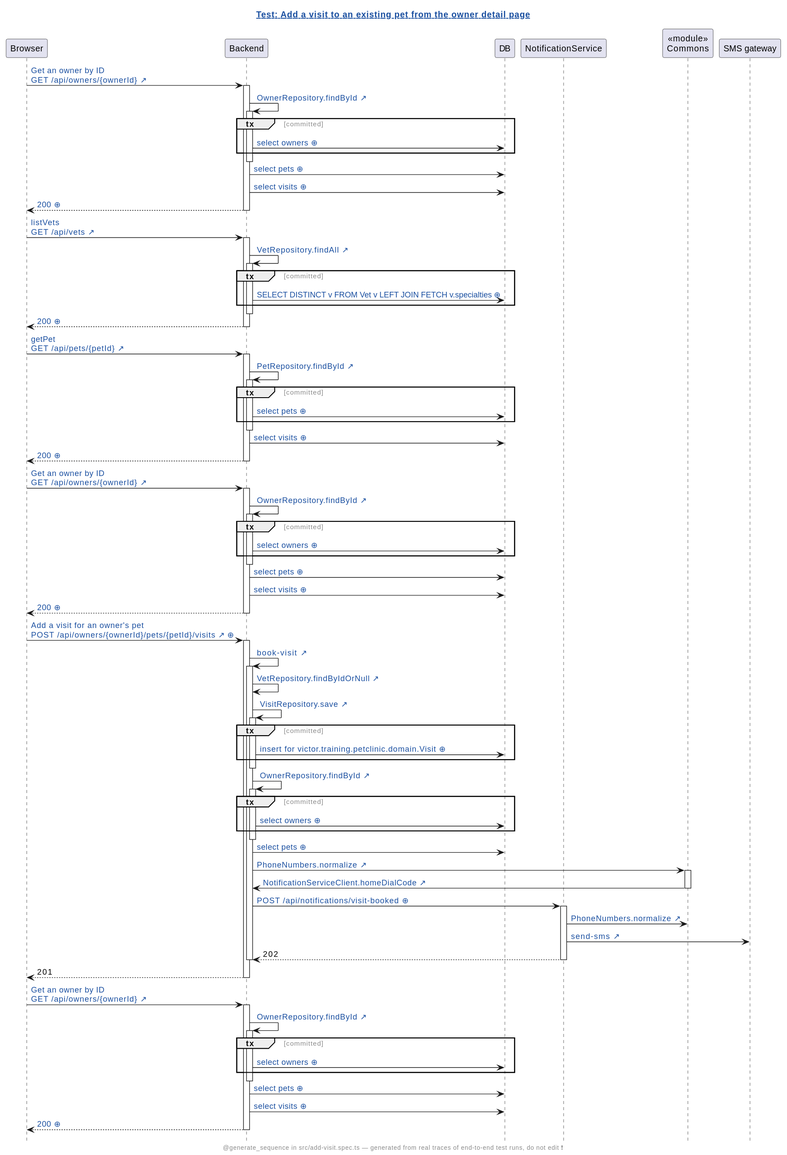
This is demo/demo/assets/diagrams/petclinic-test_generated_add-visit.spec.ts.add-a-visit-to-an-existing-pet-from-the-owner-detail-page.genseq.new.svg from victorrentea/human-review, a PlantUML export, as it was before one commit.
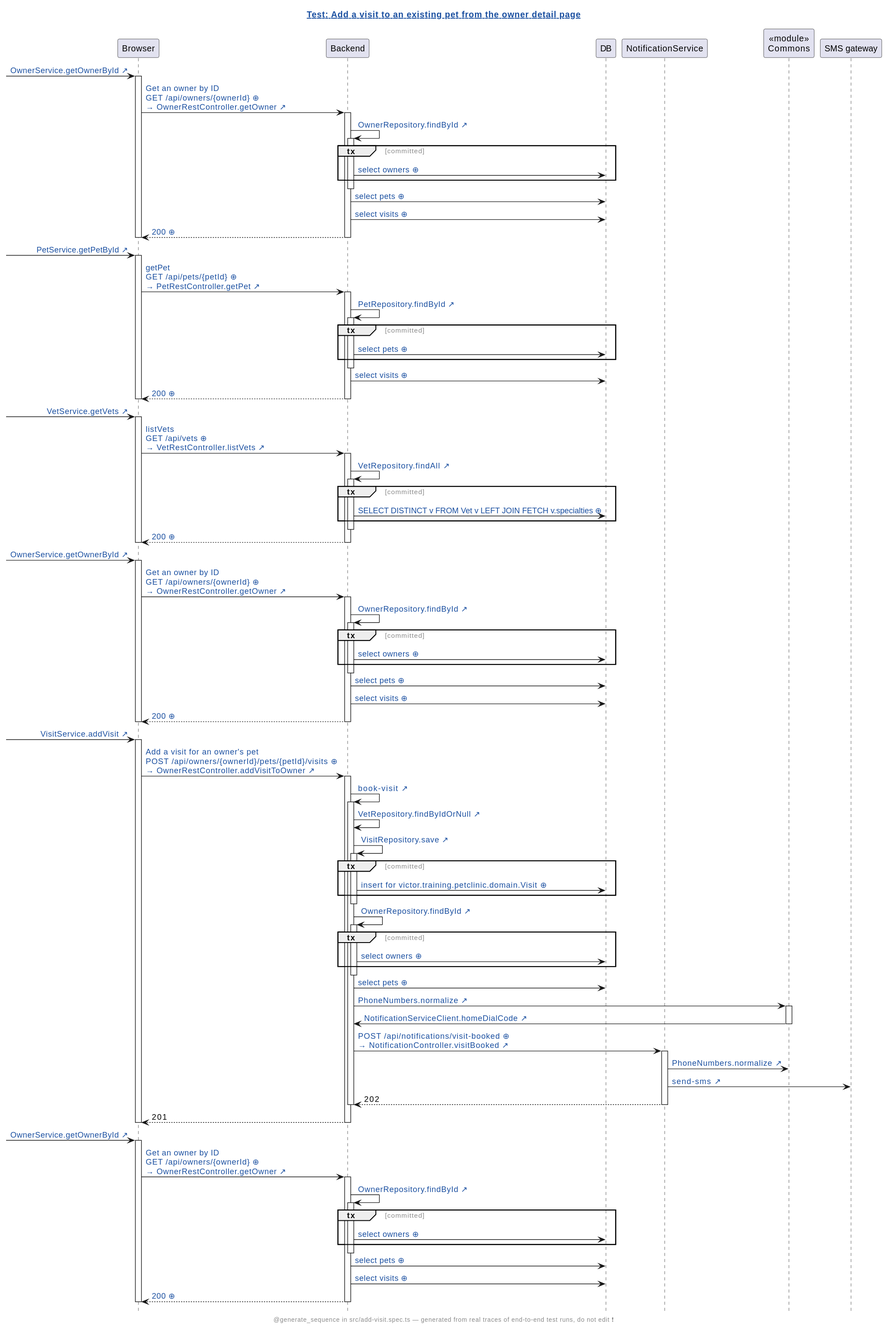
Above is the later version.

Diff of the diagram source:
```diff
@@ -12,7 +12,9 @@
 participant NotificationService
 participant "«module»\nCommons" as Commons
 participant "SMS gateway"
-Browser -> Backend: [[src://petclinic-frontend/src/app/owners/owner-detail/owner-detail.component.ts:22{Click to open the line that sent this request: owner-detail.component.ts:22} Get an owner by ID\nGET /api/owners/{ownerId} ↗]]
+[-> Browser: [[src://petclinic-frontend/src/app/owners/owner-detail/owner-detail.component.ts:22{Click to open the line that sent this request: owner-detail.component.ts:22} OwnerService.getOwnerById ↗]]
+activate Browser
+Browser -> Backend: [[genseq://18jo62a{Click for the request as it was sent} Get an owner by ID\nGET /api/owners/{ownerId} ⊕]]\n[[src://petclinic-backend/src/main/java/victor/training/petclinic/rest/OwnerRestController.java:113{Click to open OwnerRestController.getOwner} → OwnerRestController.getOwner ↗]]
 activate Backend
 Backend -> Backend: [[src://petclinic-backend/src/main/java/victor/training/petclinic/repository/OwnerRepository.java:14{Click to open OwnerRepository.findById} OwnerRepository.findById ↗]]
 activate Backend
@@ -24,17 +26,10 @@
 Backend -> DB: [[genseq://1eq1h2q{Click for the statement behind this call} select visits ⊕]]
 Backend --> Browser: [[genseq://1bhasc1{Click for this call’s JSON body} 200 ⊕]]
 deactivate Backend
-Browser -> Backend: [[src://petclinic-frontend/src/app/visits/visit-add/visit-add.component.ts:46{Click to open the line that sent this request: visit-add.component.ts:46} listVets\nGET /api/vets ↗]]
-activate Backend
-Backend -> Backend: [[src://petclinic-backend/src/main/java/victor/training/petclinic/repository/VetRepository.java:13{Click to open VetRepository.findAll} VetRepository.findAll ↗]]
-activate Backend
-group tx [committed]
-Backend -> DB: [[genseq://0p6yxbc{Click for the statement behind this call} SELECT DISTINCT v FROM Vet v LEFT JOIN FETCH v.specialties ⊕]]
-end
-deactivate Backend
-Backend --> Browser: [[genseq://1nmg2oo{Click for this call’s JSON body} 200 ⊕]]
-deactivate Backend
-Browser -> Backend: [[src://petclinic-frontend/src/app/visits/visit-add/visit-add.component.ts:48{Click to open the line that sent this request: visit-add.component.ts:48} getPet\nGET /api/pets/{petId} ↗]]
+deactivate Browser
+[-> Browser: [[src://petclinic-frontend/src/app/visits/visit-add/visit-add.component.ts:48{Click to open the line that sent this request: visit-add.component.ts:48} PetService.getPetById ↗]]
+activate Browser
+Browser -> Backend: [[genseq://05e03mm{Click for the request as it was sent} getPet\nGET /api/pets/{petId} ⊕]]\n[[src://petclinic-backend/src/main/java/victor/training/petclinic/rest/PetRestController.java:33{Click to open PetRestController.getPet} → PetRestController.getPet ↗]]
 activate Backend
 Backend -> Backend: [[src://petclinic-backend/src/main/java/victor/training/petclinic/repository/PetRepository.java:16{Click to open PetRepository.findById} PetRepository.findById ↗]]
 activate Backend
@@ -45,7 +40,23 @@
 Backend -> DB: [[genseq://1eq1h2q{Click for the statement behind this call} select visits ⊕]]
 Backend --> Browser: [[genseq://0n1gsl8{Click for this call’s JSON body} 200 ⊕]]
 deactivate Backend
-Browser -> Backend: [[src://petclinic-frontend/src/app/visits/visit-add/visit-add.component.ts:53{Click to open the line that sent this request: visit-add.component.ts:53} Get an owner by ID\nGET /api/owners/{ownerId} ↗]]
+deactivate Browser
+[-> Browser: [[src://petclinic-frontend/src/app/visits/visit-add/visit-add.component.ts:46{Click to open the line that sent this request: visit-add.component.ts:46} VetService.getVets ↗]]
+activate Browser
+Browser -> Backend: [[genseq://18kpp45{Click for the request as it was sent} listVets\nGET /api/vets ⊕]]\n[[src://petclinic-backend/src/main/java/victor/training/petclinic/rest/VetRestController.java:53{Click to open VetRestController.listVets} → VetRestController.listVets ↗]]
+activate Backend
+Backend -> Backend: [[src://petclinic-backend/src/main/java/victor/training/petclinic/repository/VetRepository.java:13{Click to open VetRepository.findAll} VetRepository.findAll ↗]]
+activate Backend
+group tx [committed]
+Backend -> DB: [[genseq://0p6yxbc{Click for the statement behind this call} SELECT DISTINCT v FROM Vet v LEFT JOIN FETCH v.specialties ⊕]]
+end
+deactivate Backend
+Backend --> Browser: [[genseq://1nmg2oo{Click for this call’s JSON body} 200 ⊕]]
+deactivate Backend
+deactivate Browser
+[-> Browser: [[src://petclinic-frontend/src/app/visits/visit-add/visit-add.component.ts:53{Click to open the line that sent this request: visit-add.component.ts:53} OwnerService.getOwnerById ↗]]
+activate Browser
+Browser -> Backend: [[genseq://18jo62a{Click for the request as it was sent} Get an owner by ID\nGET /api/owners/{ownerId} ⊕]]\n[[src://petclinic-backend/src/main/java/victor/training/petclinic/rest/OwnerRestController.java:113{Click to open OwnerRestController.getOwner} → OwnerRestController.getOwner ↗]]
 activate Backend
 Backend -> Backend: [[src://petclinic-backend/src/main/java/victor/training/petclinic/repository/OwnerRepository.java:14{Click to open OwnerRepository.findById} OwnerRepository.findById ↗]]
 activate Backend
@@ -57,7 +68,10 @@
 Backend -> DB: [[genseq://1eq1h2q{Click for the statement behind this call} select visits ⊕]]
 Backend --> Browser: [[genseq://1bhasc1{Click for this call’s JSON body} 200 ⊕]]
 deactivate Backend
-Browser -> Backend: [[src://petclinic-frontend/src/app/visits/visit-add/visit-add.component.ts:69{Click to open the line that sent this request: visit-add.component.ts:69 ← visit-add.component.html:25} Add a visit for an owner's pet\nPOST /api/owners/{ownerId}/pets/{petId}/visits ↗]] [[genseq://1vizg25{Click for this call’s JSON body} ⊕]]
+deactivate Browser
+[-> Browser: [[src://petclinic-frontend/src/app/visits/visit-add/visit-add.component.ts:69{Click to open the line that sent this request: visit-add.component.ts:69 ← visit-add.component.html:25} VisitService.addVisit ↗]]
+activate Browser
+Browser -> Backend: [[genseq://0jfza5n{Click for the request as it was sent} Add a visit for an owner's pet\nPOST /api/owners/{ownerId}/pets/{petId}/visits ⊕]]\n[[src://petclinic-backend/src/main/java/victor/training/petclinic/rest/OwnerRestController.java:177{Click to open OwnerRestController.addVisitToOwner} → OwnerRestController.addVisitToOwner ↗]]
 activate Backend
 Backend -> Backend: [[src://petclinic-backend/src/main/java/victor/training/petclinic/rest/OwnerRestController.java:193{Click to open OwnerRestController.bookVisit} book-visit ↗]]
 activate Backend
@@ -65,7 +79,7 @@
 Backend -> Backend: [[src://petclinic-backend/src/main/java/victor/training/petclinic/repository/VisitRepository.java:14{Click to open VisitRepository.save} VisitRepository.save ↗]]
 activate Backend
 group tx [committed]
-Backend -> DB: [[genseq://1rehuia{Click for the statement behind this call} insert for victor.training.petclinic.domain.Visit ⊕]]
+Backend -> DB: [[genseq://14g6ded{Click for the statement behind this call} insert for victor.training.petclinic.domain.Visit ⊕]]
 end
 deactivate Backend
 Backend -> Backend: [[src://petclinic-backend/src/main/java/victor/training/petclinic/repository/OwnerRepository.java:14{Click to open OwnerRepository.findById} OwnerRepository.findById ↗]]
@@ -79,7 +93,7 @@
 activate Commons
 Commons -> Backend: [[src://petclinic-backend/src/main/java/victor/training/petclinic/notification/NotificationServiceClient.java:45{Click to open NotificationServiceClient.homeDialCode} NotificationServiceClient.homeDialCode ↗]]
 deactivate Commons
-Backend -> NotificationService: [[genseq://1p4ogm5{Click for this call’s JSON body} POST /api/notifications/visit-booked ⊕]]
+Backend -> NotificationService: [[genseq://00gfug0{Click for the request as it was sent} POST /api/notifications/visit-booked ⊕]]\n[[src://notification-service/src/main/java/victor/training/notification/NotificationController.java:21{Click to open NotificationController.visitBooked} → NotificationController.visitBooked ↗]]
 activate NotificationService
 NotificationService -> Commons: [[src://petclinic-commons/src/main/java/victor/training/commons/PhoneNumbers.java:8{Click to open PhoneNumbers.normalize} PhoneNumbers.normalize ↗]]
 NotificationService -> "SMS gateway": [[src://notification-service/src/main/java/victor/training/notification/SmsGateway.java:23{Click to open SmsGateway.send} send-sms ↗]]
@@ -88,7 +102,10 @@
 deactivate Backend
 Backend --> Browser: 201
 deactivate Backend
-Browser -> Backend: [[src://petclinic-frontend/src/app/owners/owner-detail/owner-detail.component.ts:22{Click to open the line that sent this request: owner-detail.component.ts:22} Get an owner by ID\nGET /api/owners/{ownerId} ↗]]
+deactivate Browser
+[-> Browser: [[src://petclinic-frontend/src/app/owners/owner-detail/owner-detail.component.ts:22{Click to open the line that sent this request: owner-detail.component.ts:22} OwnerService.getOwnerById ↗]]
+activate Browser
+Browser -> Backend: [[genseq://18jo62a{Click for the request as it was sent} Get an owner by ID\nGET /api/owners/{ownerId} ⊕]]\n[[src://petclinic-backend/src/main/java/victor/training/petclinic/rest/OwnerRestController.java:113{Click to open OwnerRestController.getOwner} → OwnerRestController.getOwner ↗]]
 activate Backend
 Backend -> Backend: [[src://petclinic-backend/src/main/java/victor/training/petclinic/repository/OwnerRepository.java:14{Click to open OwnerRepository.findById} OwnerRepository.findById ↗]]
 activate Backend
@@ -98,6 +115,7 @@
 deactivate Backend
 Backend -> DB: [[genseq://18567ho{Click for the statement behind this call} select pets ⊕]]
 Backend -> DB: [[genseq://1eq1h2q{Click for the statement behind this call} select visits ⊕]]
-Backend --> Browser: [[genseq://0jnnn6p{Click for this call’s JSON body} 200 ⊕]]
+Backend --> Browser: [[genseq://11tdoe4{Click for this call’s JSON body} 200 ⊕]]
 deactivate Backend
+deactivate Browser
 @enduml
```
